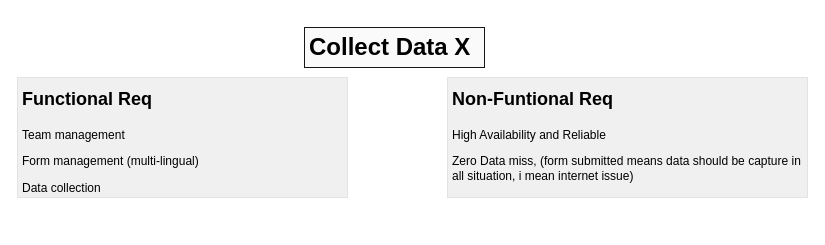
Before: collectData.drawio in priyabratap/drawio, a draw.io diagram. Source tidied: cells renumbered, new cells numbered last; positions are measured from the earlier drawing's top-left corner, leaving out a move shared by most shapes. Both pictures are drawn from the tidied source at 100%, with x=0, y=0 at pixel (17, 27).
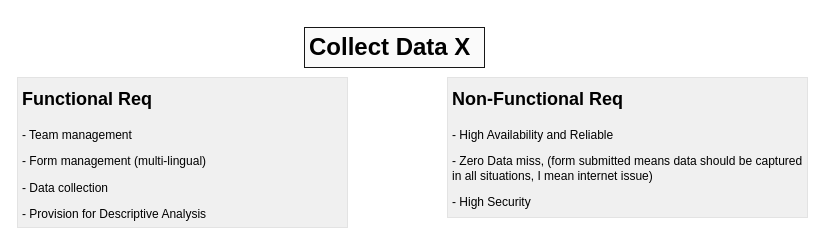
After the change.

Change to the diagram source:
```diff
@@
 <mxGraphModel>
   <root>
     <mxCell id="0" />
     <mxCell id="1" parent="0" />
-    <mxCell id="2" value="&lt;h1&gt;&lt;font style=&quot;font-size: 18px;&quot;&gt;Functional Req&lt;/font&gt;&lt;/h1&gt;&lt;p&gt;Team management&lt;/p&gt;&lt;p&gt;Form management (multi-lingual)&lt;/p&gt;&lt;p&gt;Data collection&lt;/p&gt;" style="text;html=1;strokeColor=#E3E3E3;fillColor=#F0F0F0;spacing=5;spacingTop=-20;whiteSpace=wrap;overflow=hidden;rounded=0;" parent="1" vertex="1">
-      <mxGeometry y="50" width="330" height="120" as="geometry" />
+    <mxCell id="2" value="&lt;h1&gt;&lt;font style=&quot;font-size: 18px;&quot;&gt;Functional Req&lt;/font&gt;&lt;/h1&gt;&lt;p&gt;- Team management&lt;/p&gt;&lt;p&gt;- Form management (multi-lingual)&lt;/p&gt;&lt;p&gt;- Data collection&lt;/p&gt;&lt;p&gt;- Provision for Descriptive Analysis&lt;/p&gt;" style="text;html=1;strokeColor=#E3E3E3;fillColor=#F0F0F0;spacing=5;spacingTop=-20;whiteSpace=wrap;overflow=hidden;rounded=0;" parent="1" vertex="1">
+      <mxGeometry y="50" width="330" height="150" as="geometry" />
     </mxCell>
-    <mxCell id="3" value="&lt;h1&gt;&lt;font style=&quot;font-size: 18px;&quot;&gt;Non-Funtional Req&lt;/font&gt;&lt;/h1&gt;&lt;p&gt;High Availability and Reliable&lt;/p&gt;&lt;p&gt;Zero Data miss, (form submitted means data should be capture in all situation, i mean internet issue)&lt;/p&gt;&lt;p&gt;&amp;nbsp;&lt;/p&gt;" style="text;html=1;strokeColor=#E3E3E3;fillColor=#F0F0F0;spacing=5;spacingTop=-20;whiteSpace=wrap;overflow=hidden;rounded=0;" parent="1" vertex="1">
-      <mxGeometry x="430" y="50" width="360" height="120" as="geometry" />
+    <mxCell id="3" value="&lt;h1&gt;&lt;font style=&quot;font-size: 18px;&quot;&gt;Non-Functional Req&lt;/font&gt;&lt;/h1&gt;&lt;p&gt;- High Availability and Reliable&lt;/p&gt;&lt;p&gt;- Zero Data miss, (form submitted means data should be captured in all situations, I mean internet issue)&lt;/p&gt;&lt;p&gt;- High Security&amp;nbsp;&lt;/p&gt;&lt;p&gt;&amp;nbsp;&lt;/p&gt;" style="text;html=1;strokeColor=#E3E3E3;fillColor=#F0F0F0;spacing=5;spacingTop=-20;whiteSpace=wrap;overflow=hidden;rounded=0;" parent="1" vertex="1">
+      <mxGeometry x="430" y="50" width="360" height="140" as="geometry" />
     </mxCell>
     <mxCell id="4" value="&lt;h1&gt;Collect Data X&lt;/h1&gt;" style="text;html=1;strokeColor=#171717;fillColor=#FAFAFA;spacing=5;spacingTop=-20;whiteSpace=wrap;overflow=hidden;rounded=0;" parent="1" vertex="1">
       <mxGeometry x="287" width="180" height="40" as="geometry" />
     </mxCell>
   </root>
 </mxGraphModel>
```
